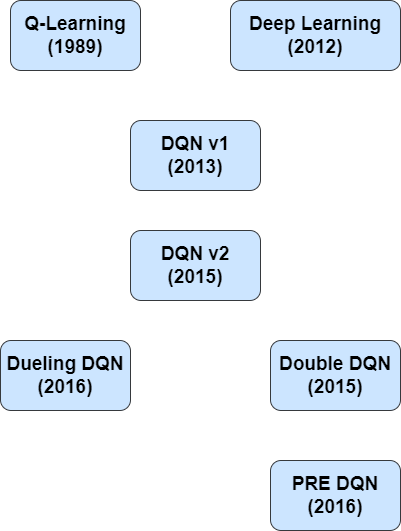
Earlier version of the draw.io export dqn.png (AAAAAAAyq/Personal-Studying). Source tidied: cells renumbered, new cells last; positions are measured from the earlier drawing's top-left corner, leaving out a move shared by most shapes.
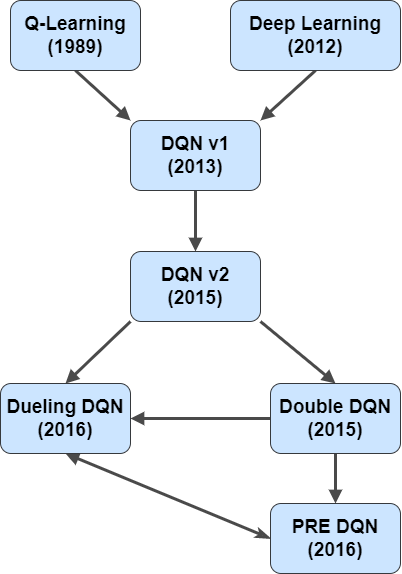
Later version of the same file.

Change to the diagram source:
```diff
@@ -2,26 +2,50 @@
   <root>
     <mxCell id="0" />
     <mxCell id="1" parent="0" />
+    <mxCell id="9" style="rounded=0;jettySize=auto;html=1;exitX=0.5;exitY=1;exitDx=0;exitDy=0;entryX=0;entryY=0;entryDx=0;entryDy=0;fontSize=19;endArrow=block;endFill=1;strokeWidth=3;strokeColor=#4A4A4A;" parent="1" edge="1" source="2" target="4">
+      <mxGeometry relative="1" as="geometry" />
+    </mxCell>
     <mxCell id="2" value="&lt;font style=&quot;font-size: 19px;&quot;&gt;&lt;b&gt;Q-Learning&lt;br&gt;(1989)&lt;br&gt;&lt;/b&gt;&lt;/font&gt;" style="rounded=1;whiteSpace=wrap;html=1;fillColor=#cce5ff;strokeColor=#36393d;" parent="1" vertex="1">
       <mxGeometry x="10" width="130" height="70" as="geometry" />
     </mxCell>
+    <mxCell id="10" style="edgeStyle=none;rounded=0;jettySize=auto;html=1;exitX=0.5;exitY=1;exitDx=0;exitDy=0;entryX=1;entryY=0;entryDx=0;entryDy=0;fontSize=19;endArrow=block;endFill=1;strokeColor=#4A4A4A;strokeWidth=3;" parent="1" edge="1" source="3" target="4">
+      <mxGeometry relative="1" as="geometry" />
+    </mxCell>
     <mxCell id="3" value="&lt;font style=&quot;font-size: 19px;&quot;&gt;&lt;b&gt;Deep Learning&lt;br&gt;(2012)&lt;br&gt;&lt;/b&gt;&lt;/font&gt;" style="rounded=1;whiteSpace=wrap;html=1;fillColor=#cce5ff;strokeColor=#36393d;" parent="1" vertex="1">
       <mxGeometry x="230" width="170" height="70" as="geometry" />
     </mxCell>
+    <mxCell id="11" style="edgeStyle=none;rounded=0;jettySize=auto;html=1;exitX=0.5;exitY=1;exitDx=0;exitDy=0;fontSize=19;endArrow=block;endFill=1;strokeColor=#4A4A4A;strokeWidth=3;" parent="1" edge="1" source="4" target="5">
+      <mxGeometry relative="1" as="geometry" />
+    </mxCell>
     <mxCell id="4" value="&lt;font style=&quot;font-size: 19px;&quot;&gt;&lt;b&gt;DQN v1&lt;br&gt;(2013)&lt;br&gt;&lt;/b&gt;&lt;/font&gt;" style="rounded=1;whiteSpace=wrap;html=1;fillColor=#cce5ff;strokeColor=#36393d;" parent="1" vertex="1">
       <mxGeometry x="130" y="120" width="130" height="70" as="geometry" />
     </mxCell>
+    <mxCell id="12" style="edgeStyle=none;rounded=0;jettySize=auto;html=1;exitX=0;exitY=1;exitDx=0;exitDy=0;entryX=0.5;entryY=0;entryDx=0;entryDy=0;fontSize=19;endArrow=block;endFill=1;strokeColor=#4A4A4A;strokeWidth=3;" parent="1" edge="1" source="5" target="8">
+      <mxGeometry relative="1" as="geometry" />
+    </mxCell>
+    <mxCell id="13" style="edgeStyle=none;rounded=0;jettySize=auto;html=1;exitX=1;exitY=1;exitDx=0;exitDy=0;entryX=0.5;entryY=0;entryDx=0;entryDy=0;fontSize=19;endArrow=block;endFill=1;strokeColor=#4A4A4A;strokeWidth=3;" parent="1" edge="1" source="5" target="6">
+      <mxGeometry relative="1" as="geometry" />
+    </mxCell>
     <mxCell id="5" value="&lt;font style=&quot;font-size: 19px;&quot;&gt;&lt;b&gt;DQN v2&lt;br&gt;(2015)&lt;br&gt;&lt;/b&gt;&lt;/font&gt;" style="rounded=1;whiteSpace=wrap;html=1;fillColor=#cce5ff;strokeColor=#36393d;" parent="1" vertex="1">
-      <mxGeometry x="130" y="230" width="130" height="70" as="geometry" />
+      <mxGeometry x="130" y="251" width="130" height="70" as="geometry" />
     </mxCell>
+    <mxCell id="14" style="edgeStyle=none;rounded=0;jettySize=auto;html=1;exitX=0.5;exitY=1;exitDx=0;exitDy=0;fontSize=19;endArrow=block;endFill=1;strokeColor=#4A4A4A;strokeWidth=3;" parent="1" edge="1" source="6" target="7">
+      <mxGeometry relative="1" as="geometry" />
+    </mxCell>
+    <mxCell id="15" style="edgeStyle=none;rounded=0;jettySize=auto;html=1;exitX=0;exitY=0.5;exitDx=0;exitDy=0;fontSize=19;endArrow=block;endFill=1;strokeColor=#4A4A4A;strokeWidth=3;" parent="1" edge="1" source="6" target="8">
+      <mxGeometry relative="1" as="geometry" />
+    </mxCell>
     <mxCell id="6" value="&lt;font style=&quot;font-size: 19px;&quot;&gt;&lt;b&gt;Double DQN&lt;br&gt;(2015)&lt;br&gt;&lt;/b&gt;&lt;/font&gt;" style="rounded=1;whiteSpace=wrap;html=1;fillColor=#cce5ff;strokeColor=#36393d;" parent="1" vertex="1">
-      <mxGeometry x="270" y="340" width="130" height="70" as="geometry" />
+      <mxGeometry x="270" y="383" width="130" height="70" as="geometry" />
     </mxCell>
+    <mxCell id="16" style="edgeStyle=none;rounded=0;jettySize=auto;html=1;exitX=0;exitY=0.5;exitDx=0;exitDy=0;entryX=0.5;entryY=1;entryDx=0;entryDy=0;fontSize=19;endArrow=block;endFill=1;strokeColor=#4A4A4A;strokeWidth=3;startArrow=classicThin;startFill=0;" parent="1" edge="1" source="7" target="8">
+      <mxGeometry relative="1" as="geometry" />
+    </mxCell>
     <mxCell id="7" value="&lt;font style=&quot;font-size: 19px;&quot;&gt;&lt;b&gt;PRE DQN&lt;br&gt;(2016)&lt;br&gt;&lt;/b&gt;&lt;/font&gt;" style="rounded=1;whiteSpace=wrap;html=1;fillColor=#cce5ff;strokeColor=#36393d;" parent="1" vertex="1">
-      <mxGeometry x="270" y="460" width="130" height="70" as="geometry" />
+      <mxGeometry x="270" y="503" width="130" height="70" as="geometry" />
     </mxCell>
     <mxCell id="8" value="&lt;font style=&quot;font-size: 19px;&quot;&gt;&lt;b&gt;Dueling DQN&lt;br&gt;(2016)&lt;br&gt;&lt;/b&gt;&lt;/font&gt;" style="rounded=1;whiteSpace=wrap;html=1;fillColor=#cce5ff;strokeColor=#36393d;" parent="1" vertex="1">
-      <mxGeometry y="340" width="130" height="70" as="geometry" />
+      <mxGeometry y="383" width="130" height="70" as="geometry" />
     </mxCell>
   </root>
 </mxGraphModel>
```
